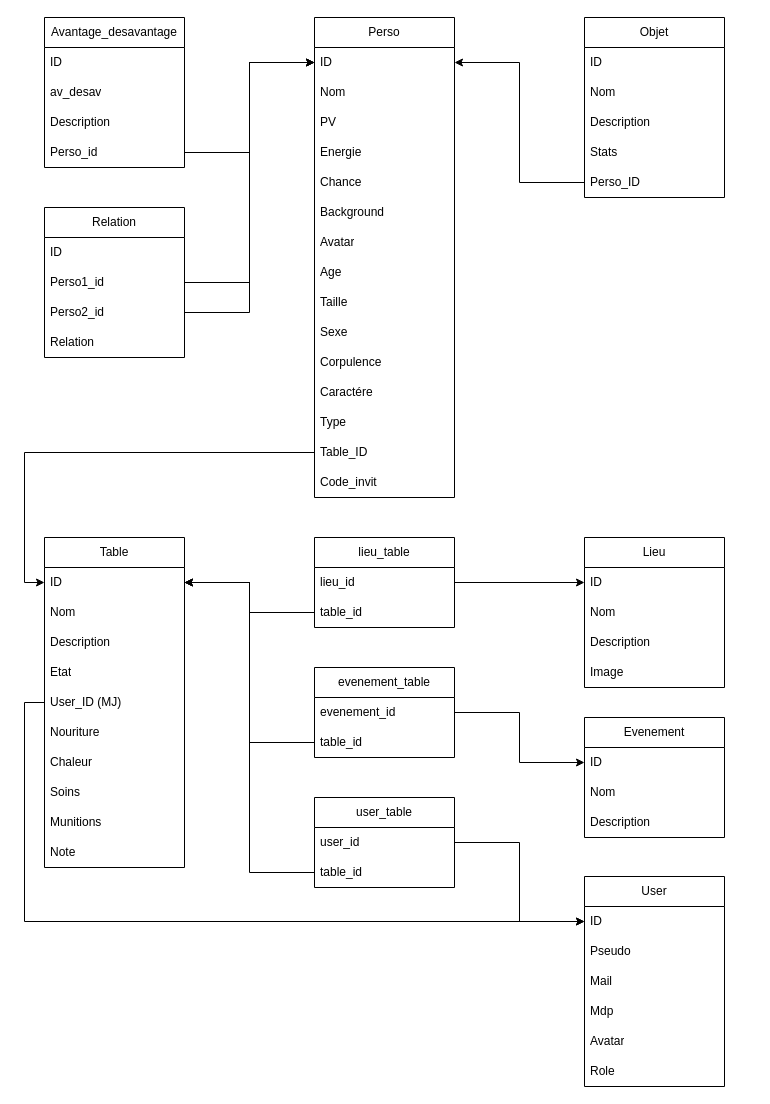
This is Diagramme sans nom.drawio from Cy-Bert/Bunker-Project, a draw.io file, before an edit. Source tidied: cells renumbered, new cells numbered last; positions are measured from the earlier drawing's top-left corner, leaving out a move shared by most shapes. Both pictures are drawn from the tidied source at 100%, with x=0, y=0 at pixel (44, 17).
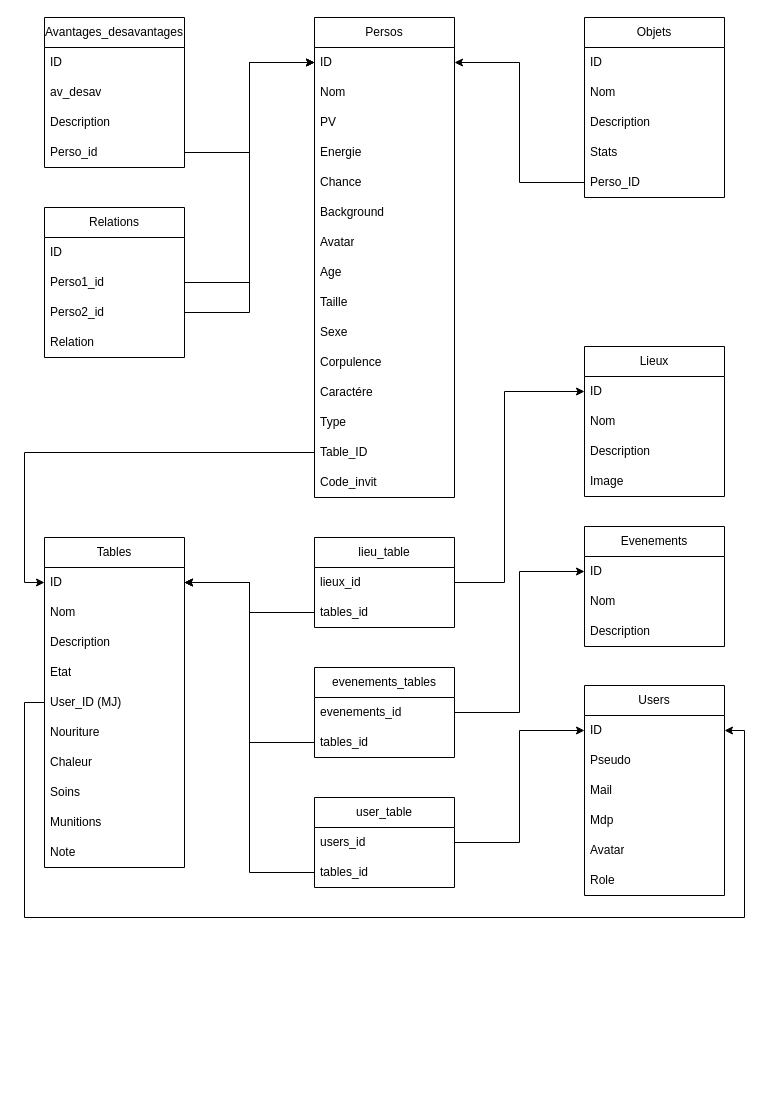
The same page after the edit.

Commit message:
Correction BdD

The change refers to these unchanged cells:
```xml
<mxCell id="33" value="User_ID (MJ)" style="text;strokeColor=none;fillColor=none;align=left;verticalAlign=middle;spacingLeft=4;spacingRight=4;overflow=hidden;points=[[0,0.5],[1,0.5]];portConstraint=eastwest;whiteSpace=wrap;html=1;" parent="28" vertex="1">
  <mxGeometry y="150" width="140" height="30" as="geometry" />
</mxCell>
<mxCell id="45" value="lieu_table" style="swimlane;fontStyle=0;horizontal=1;startSize=30;whiteSpace=wrap;html=1;" parent="1" vertex="1">
  <mxGeometry x="270" y="520" width="140" height="90" as="geometry" />
</mxCell>
<mxCell id="52" value="ID" style="text;strokeColor=none;fillColor=none;align=left;verticalAlign=middle;spacingLeft=4;spacingRight=4;overflow=hidden;points=[[0,0.5],[1,0.5]];portConstraint=eastwest;whiteSpace=wrap;html=1;" parent="51" vertex="1">
  <mxGeometry y="30" width="140" height="30" as="geometry" />
</mxCell>
<mxCell id="60" value="user_table" style="swimlane;fontStyle=0;horizontal=1;startSize=30;whiteSpace=wrap;html=1;" parent="1" vertex="1">
  <mxGeometry x="270" y="780" width="140" height="90" as="geometry" />
</mxCell>
<mxCell id="64" value="ID" style="text;strokeColor=none;fillColor=none;align=left;verticalAlign=middle;spacingLeft=4;spacingRight=4;overflow=hidden;points=[[0,0.5],[1,0.5]];portConstraint=eastwest;whiteSpace=wrap;html=1;" parent="63" vertex="1">
  <mxGeometry y="30" width="140" height="30" as="geometry" />
</mxCell>
```

Change to the diagram source:
```diff
@@
-    <mxCell id="2" value="Perso" style="swimlane;fontStyle=0;horizontal=1;startSize=30;whiteSpace=wrap;html=1;" parent="1" vertex="1">
+    <mxCell id="2" value="Persos" style="swimlane;fontStyle=0;horizontal=1;startSize=30;whiteSpace=wrap;html=1;" parent="1" vertex="1">
       <mxGeometry x="270" width="140" height="480" as="geometry" />
     </mxCell>
@@
-    <mxCell id="18" value="Avantage_desavantage" style="swimlane;fontStyle=0;horizontal=1;startSize=30;whiteSpace=wrap;html=1;" parent="1" vertex="1">
+    <mxCell id="18" value="Avantages_desavantages" style="swimlane;fontStyle=0;horizontal=1;startSize=30;whiteSpace=wrap;html=1;" parent="1" vertex="1">
       <mxGeometry width="140" height="150" as="geometry" />
     </mxCell>
@@
-    <mxCell id="23" value="Relation" style="swimlane;fontStyle=0;horizontal=1;startSize=30;whiteSpace=wrap;html=1;" parent="1" vertex="1">
+    <mxCell id="23" value="Relations" style="swimlane;fontStyle=0;horizontal=1;startSize=30;whiteSpace=wrap;html=1;" parent="1" vertex="1">
       <mxGeometry y="190" width="140" height="150" as="geometry" />
     </mxCell>
@@
-    <mxCell id="28" value="Table" style="swimlane;fontStyle=0;horizontal=1;startSize=30;whiteSpace=wrap;html=1;" parent="1" vertex="1">
+    <mxCell id="28" value="Tables" style="swimlane;fontStyle=0;horizontal=1;startSize=30;whiteSpace=wrap;html=1;" parent="1" vertex="1">
       <mxGeometry y="520" width="140" height="330" as="geometry" />
     </mxCell>
@@
-    <mxCell id="39" value="Objet" style="swimlane;fontStyle=0;horizontal=1;startSize=30;whiteSpace=wrap;html=1;" parent="1" vertex="1">
+    <mxCell id="39" value="Objets" style="swimlane;fontStyle=0;horizontal=1;startSize=30;whiteSpace=wrap;html=1;" parent="1" vertex="1">
       <mxGeometry x="540" width="140" height="180" as="geometry" />
     </mxCell>
@@
-    <mxCell id="46" value="lieu_id" style="text;strokeColor=none;fillColor=none;align=left;verticalAlign=middle;spacingLeft=4;spacingRight=4;overflow=hidden;points=[[0,0.5],[1,0.5]];portConstraint=eastwest;whiteSpace=wrap;html=1;" parent="45" vertex="1">
+    <mxCell id="46" value="lieux_id" style="text;strokeColor=none;fillColor=none;align=left;verticalAlign=middle;spacingLeft=4;spacingRight=4;overflow=hidden;points=[[0,0.5],[1,0.5]];portConstraint=eastwest;whiteSpace=wrap;html=1;" parent="45" vertex="1">
       <mxGeometry y="30" width="140" height="30" as="geometry" />
     </mxCell>
-    <mxCell id="47" value="table_id" style="text;strokeColor=none;fillColor=none;align=left;verticalAlign=middle;spacingLeft=4;spacingRight=4;overflow=hidden;points=[[0,0.5],[1,0.5]];portConstraint=eastwest;whiteSpace=wrap;html=1;" parent="45" vertex="1">
+    <mxCell id="47" value="tables_id" style="text;strokeColor=none;fillColor=none;align=left;verticalAlign=middle;spacingLeft=4;spacingRight=4;overflow=hidden;points=[[0,0.5],[1,0.5]];portConstraint=eastwest;whiteSpace=wrap;html=1;" parent="45" vertex="1">
       <mxGeometry y="60" width="140" height="30" as="geometry" />
     </mxCell>
-    <mxCell id="48" value="evenement_table" style="swimlane;fontStyle=0;horizontal=1;startSize=30;whiteSpace=wrap;html=1;" parent="1" vertex="1">
+    <mxCell id="48" value="evenements_tables" style="swimlane;fontStyle=0;horizontal=1;startSize=30;whiteSpace=wrap;html=1;" parent="1" vertex="1">
       <mxGeometry x="270" y="650" width="140" height="90" as="geometry" />
     </mxCell>
-    <mxCell id="49" value="evenement_id" style="text;strokeColor=none;fillColor=none;align=left;verticalAlign=middle;spacingLeft=4;spacingRight=4;overflow=hidden;points=[[0,0.5],[1,0.5]];portConstraint=eastwest;whiteSpace=wrap;html=1;" parent="48" vertex="1">
+    <mxCell id="49" value="evenements_id" style="text;strokeColor=none;fillColor=none;align=left;verticalAlign=middle;spacingLeft=4;spacingRight=4;overflow=hidden;points=[[0,0.5],[1,0.5]];portConstraint=eastwest;whiteSpace=wrap;html=1;" parent="48" vertex="1">
       <mxGeometry y="30" width="140" height="30" as="geometry" />
     </mxCell>
-    <mxCell id="50" value="table_id" style="text;strokeColor=none;fillColor=none;align=left;verticalAlign=middle;spacingLeft=4;spacingRight=4;overflow=hidden;points=[[0,0.5],[1,0.5]];portConstraint=eastwest;whiteSpace=wrap;html=1;" parent="48" vertex="1">
+    <mxCell id="50" value="tables_id" style="text;strokeColor=none;fillColor=none;align=left;verticalAlign=middle;spacingLeft=4;spacingRight=4;overflow=hidden;points=[[0,0.5],[1,0.5]];portConstraint=eastwest;whiteSpace=wrap;html=1;" parent="48" vertex="1">
       <mxGeometry y="60" width="140" height="30" as="geometry" />
     </mxCell>
-    <mxCell id="51" value="Lieu" style="swimlane;fontStyle=0;horizontal=1;startSize=30;whiteSpace=wrap;html=1;" parent="1" vertex="1">
-      <mxGeometry x="540" y="520" width="140" height="150" as="geometry" />
+    <mxCell id="51" value="Lieux" style="swimlane;fontStyle=0;horizontal=1;startSize=30;whiteSpace=wrap;html=1;" parent="1" vertex="1">
+      <mxGeometry x="540" y="329" width="140" height="150" as="geometry" />
     </mxCell>
@@
-    <mxCell id="56" value="Evenement" style="swimlane;fontStyle=0;horizontal=1;startSize=30;whiteSpace=wrap;html=1;" parent="1" vertex="1">
-      <mxGeometry x="540" y="700" width="140" height="120" as="geometry" />
+    <mxCell id="56" value="Evenements" style="swimlane;fontStyle=0;horizontal=1;startSize=30;whiteSpace=wrap;html=1;" parent="1" vertex="1">
+      <mxGeometry x="540" y="509" width="140" height="120" as="geometry" />
     </mxCell>
@@
-    <mxCell id="61" value="user_id" style="text;strokeColor=none;fillColor=none;align=left;verticalAlign=middle;spacingLeft=4;spacingRight=4;overflow=hidden;points=[[0,0.5],[1,0.5]];portConstraint=eastwest;whiteSpace=wrap;html=1;" parent="60" vertex="1">
+    <mxCell id="61" value="users_id" style="text;strokeColor=none;fillColor=none;align=left;verticalAlign=middle;spacingLeft=4;spacingRight=4;overflow=hidden;points=[[0,0.5],[1,0.5]];portConstraint=eastwest;whiteSpace=wrap;html=1;" parent="60" vertex="1">
       <mxGeometry y="30" width="140" height="30" as="geometry" />
     </mxCell>
-    <mxCell id="62" value="table_id" style="text;strokeColor=none;fillColor=none;align=left;verticalAlign=middle;spacingLeft=4;spacingRight=4;overflow=hidden;points=[[0,0.5],[1,0.5]];portConstraint=eastwest;whiteSpace=wrap;html=1;" parent="60" vertex="1">
+    <mxCell id="62" value="tables_id" style="text;strokeColor=none;fillColor=none;align=left;verticalAlign=middle;spacingLeft=4;spacingRight=4;overflow=hidden;points=[[0,0.5],[1,0.5]];portConstraint=eastwest;whiteSpace=wrap;html=1;" parent="60" vertex="1">
       <mxGeometry y="60" width="140" height="30" as="geometry" />
     </mxCell>
-    <mxCell id="63" value="User" style="swimlane;fontStyle=0;horizontal=1;startSize=30;whiteSpace=wrap;html=1;" parent="1" vertex="1">
-      <mxGeometry x="540" y="859" width="140" height="210" as="geometry" />
+    <mxCell id="63" value="Users" style="swimlane;fontStyle=0;horizontal=1;startSize=30;whiteSpace=wrap;html=1;" parent="1" vertex="1">
+      <mxGeometry x="540" y="668" width="140" height="210" as="geometry" />
     </mxCell>
@@
-    <mxCell id="70" style="edgeStyle=orthogonalEdgeStyle;rounded=0;jettySize=auto;html=1;exitX=0;exitY=0.5;exitDx=0;exitDy=0;" parent="1" edge="1" source="33" target="64">
-      <mxGeometry relative="1" as="geometry" />
-    </mxCell>
@@
     <mxCell id="81" style="edgeStyle=orthogonalEdgeStyle;rounded=0;jettySize=auto;html=1;exitX=1;exitY=0.5;exitDx=0;exitDy=0;entryX=0;entryY=0.5;entryDx=0;entryDy=0;" parent="1" edge="1" source="46" target="52">
-      <mxGeometry relative="1" as="geometry" />
+      <mxGeometry relative="1" as="geometry">
+        <Array as="points">
+          <mxPoint x="460" y="565" />
+          <mxPoint x="460" y="374" />
+        </Array>
+      </mxGeometry>
     </mxCell>
+    <mxCell id="70" style="edgeStyle=orthogonalEdgeStyle;rounded=0;jettySize=auto;html=1;exitX=0;exitY=0.5;exitDx=0;exitDy=0;entryX=1;entryY=0.5;entryDx=0;entryDy=0;" parent="1" edge="1" source="33" target="64">
+      <mxGeometry relative="1" as="geometry">
+        <Array as="points">
+          <mxPoint x="-20" y="685" />
+          <mxPoint x="-20" y="900" />
+          <mxPoint x="700" y="900" />
+          <mxPoint x="700" y="713" />
+        </Array>
+      </mxGeometry>
+    </mxCell>
```
